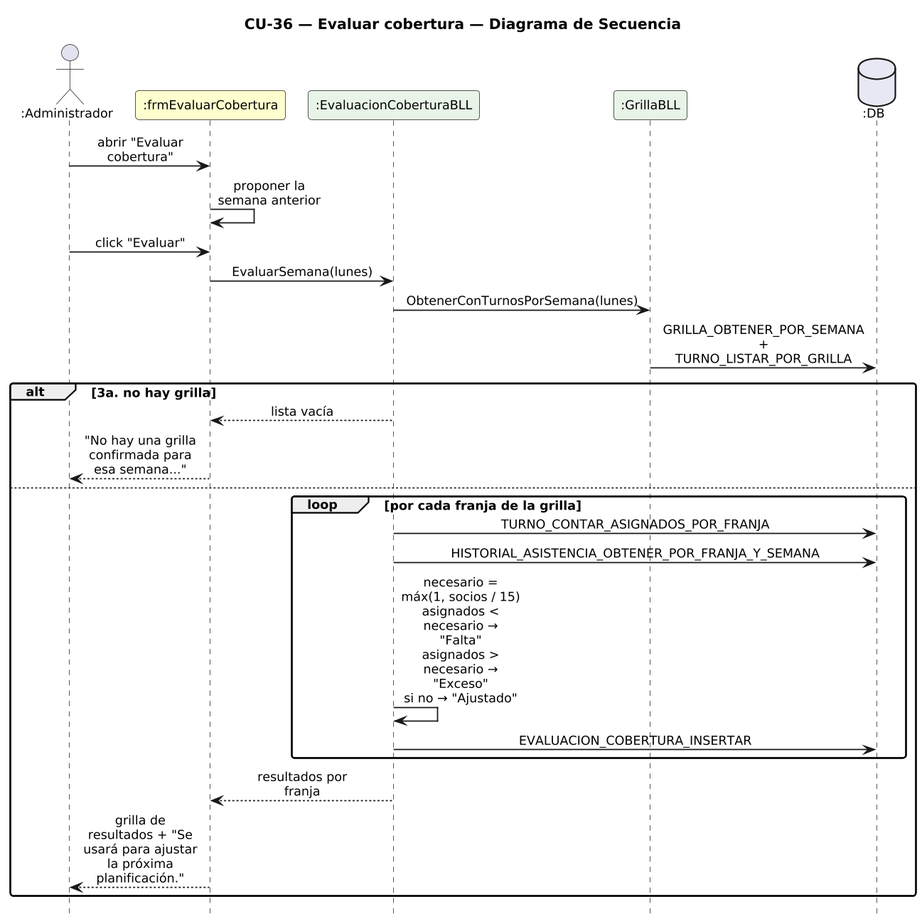
The PlantUML diagram DIAGRAMAS/DiagramaSecuencia_CU36_EvaluarCobertura.png in Urrels/ingenieria_software, before a commit.
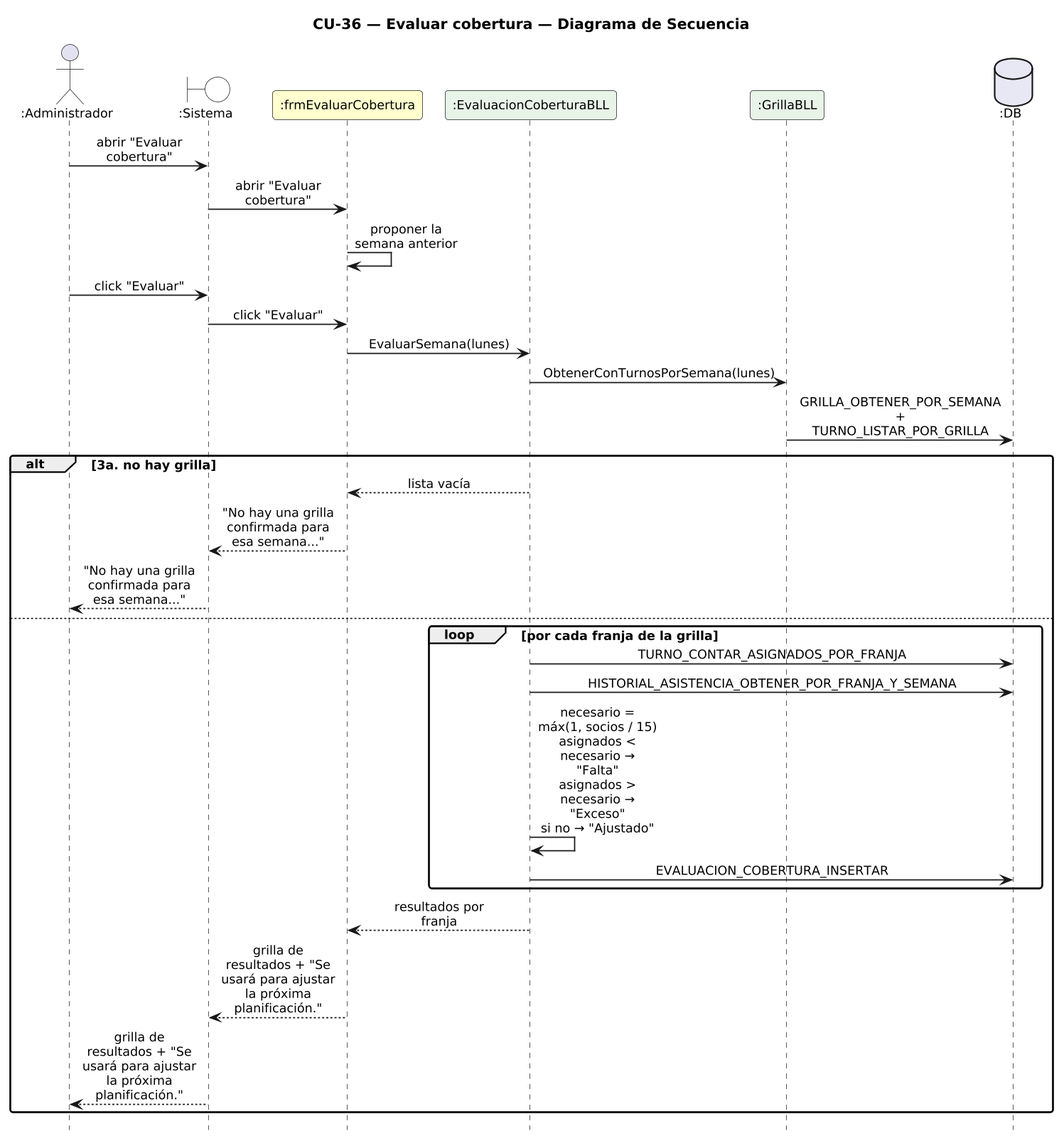
After the commit.

Change to the diagram source:
```diff
@@ -14,20 +14,24 @@
 hide footbox
 
 actor ":Administrador" as A
+boundary ":Sistema" as SYS #FFFFFF
 participant ":frmEvaluarCobertura" as F #FEFECE
 participant ":EvaluacionCoberturaBLL" as EV #E8F4E8
 participant ":GrillaBLL" as G #E8F4E8
 database ":DB" as DB #E8E8F4
 
-A -> F : abrir "Evaluar cobertura"
+A -> SYS : abrir "Evaluar cobertura"
+SYS -> F : abrir "Evaluar cobertura"
 F -> F : proponer la semana anterior
-A -> F : click "Evaluar"
+A -> SYS : click "Evaluar"
+SYS -> F : click "Evaluar"
 F -> EV : EvaluarSemana(lunes)
 EV -> G : ObtenerConTurnosPorSemana(lunes)
 G -> DB : GRILLA_OBTENER_POR_SEMANA + TURNO_LISTAR_POR_GRILLA
 alt 3a. no hay grilla
   EV --> F : lista vacía
-  F --> A : "No hay una grilla confirmada para esa semana..."
+  F --> SYS : "No hay una grilla confirmada para esa semana..."
+  SYS --> A : "No hay una grilla confirmada para esa semana..."
 else
   loop por cada franja de la grilla
     EV -> DB : TURNO_CONTAR_ASIGNADOS_POR_FRANJA
@@ -36,7 +40,8 @@
     EV -> DB : EVALUACION_COBERTURA_INSERTAR
   end
   EV --> F : resultados por franja
-  F --> A : grilla de resultados + "Se usará para ajustar\nla próxima planificación."
+  F --> SYS : grilla de resultados + "Se usará para ajustar\nla próxima planificación."
+  SYS --> A : grilla de resultados + "Se usará para ajustar\nla próxima planificación."
 end
 
 @enduml
```
